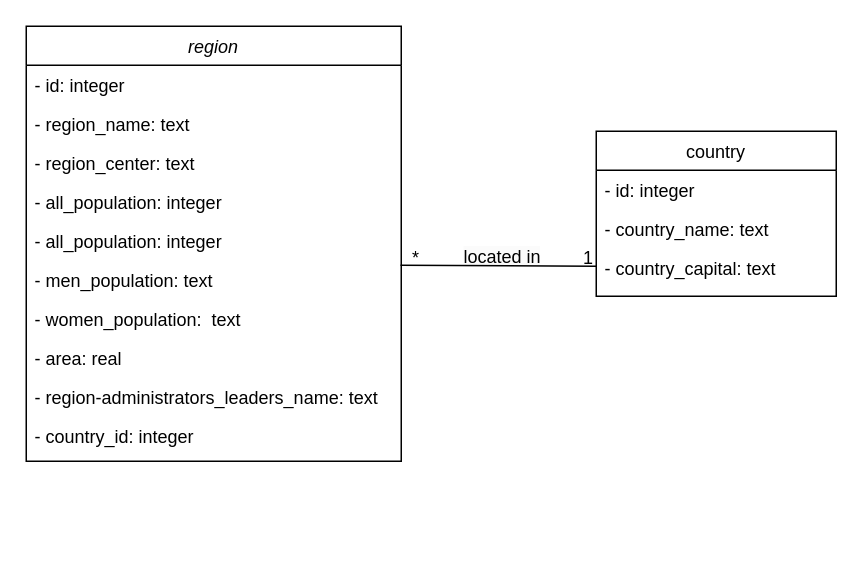
Before: diagram_class.drawio in da-dandelion/diagrams_lab4_task5, a draw.io diagram. Source tidied: cells renumbered, new cells numbered last; positions are measured from the earlier drawing's top-left corner, leaving out a move shared by most shapes. Both pictures are drawn from the tidied source at 150%, with x=0, y=0 at pixel (26, 26).
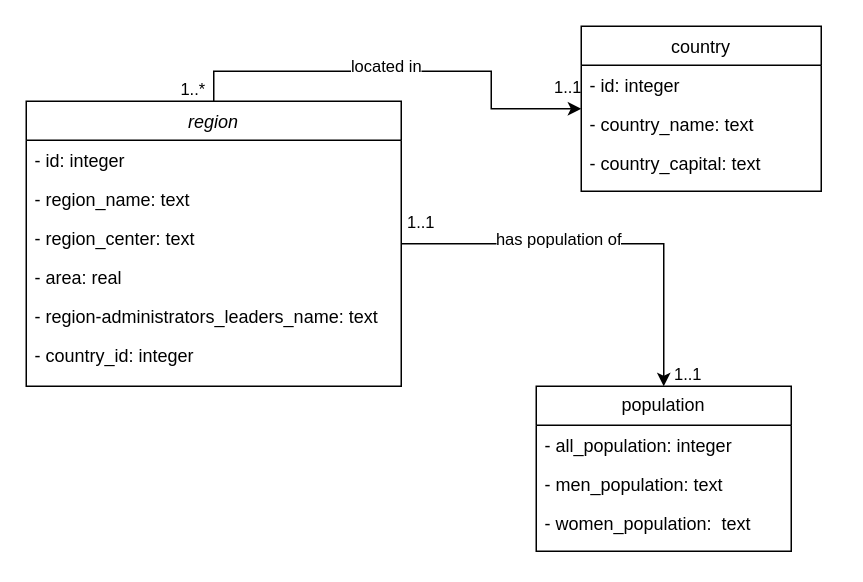
Above is the later version.

The edit, as a diff of the source:
```diff
@@
+    <mxCell id="21" style="edgeStyle=orthogonalEdgeStyle;rounded=0;jettySize=auto;html=1;exitX=0.5;exitY=0;exitDx=0;exitDy=0;" parent="1" edge="1" source="2" target="13">
+      <mxGeometry relative="1" as="geometry" />
+    </mxCell>
+    <mxCell id="17" value="located in" style="edgeLabel;html=1;align=center;verticalAlign=middle;" parent="21" vertex="1">
+      <mxGeometry x="0.21" y="-2" relative="1" as="geometry">
+        <mxPoint x="-41" y="-6" as="offset" />
+      </mxGeometry>
+    </mxCell>
+    <mxCell id="22" value="1..1" style="edgeLabel;html=1;align=center;verticalAlign=middle;" parent="21" vertex="1">
+      <mxGeometry x="0.92" relative="1" as="geometry">
+        <mxPoint x="2" y="-15" as="offset" />
+      </mxGeometry>
+    </mxCell>
+    <mxCell id="23" value="1..*" style="edgeLabel;html=1;align=center;verticalAlign=middle;" parent="21" vertex="1">
+      <mxGeometry x="-0.94" relative="1" as="geometry">
+        <mxPoint x="-15" as="offset" />
+      </mxGeometry>
+    </mxCell>
+    <mxCell id="24" style="edgeStyle=orthogonalEdgeStyle;rounded=0;jettySize=auto;html=1;" parent="1" edge="1" source="2" target="28">
+      <mxGeometry relative="1" as="geometry">
+        <Array as="points">
+          <mxPoint x="425" y="145" />
+        </Array>
+      </mxGeometry>
+    </mxCell>
+    <mxCell id="25" value="has population of" style="edgeLabel;html=1;align=center;verticalAlign=middle;" parent="24" vertex="1">
+      <mxGeometry x="-0.23" y="3" relative="1" as="geometry">
+        <mxPoint y="-1" as="offset" />
+      </mxGeometry>
+    </mxCell>
+    <mxCell id="26" value="1..1" style="edgeLabel;html=1;align=center;verticalAlign=middle;" parent="24" vertex="1">
+      <mxGeometry x="0.85" y="-1" relative="1" as="geometry">
+        <mxPoint x="16" y="11" as="offset" />
+      </mxGeometry>
+    </mxCell>
+    <mxCell id="27" value="1..1" style="edgeLabel;html=1;align=center;verticalAlign=middle;" parent="24" vertex="1">
+      <mxGeometry x="-0.91" y="-1" relative="1" as="geometry">
+        <mxPoint y="-16" as="offset" />
+      </mxGeometry>
+    </mxCell>
     <mxCell id="2" value="region" style="swimlane;fontStyle=2;align=center;verticalAlign=top;horizontal=1;startSize=26;rounded=0;shadow=0;strokeWidth=1;" parent="1" vertex="1">
-      <mxGeometry width="250" height="290" as="geometry" />
+      <mxGeometry y="50" width="250" height="190" as="geometry" />
     </mxCell>
@@
-    <mxCell id="6" value="- all_population: integer" style="text;align=left;verticalAlign=top;spacingLeft=4;spacingRight=4;overflow=hidden;" parent="2" vertex="1">
-      <mxGeometry y="104" width="250" height="26" as="geometry" />
-    </mxCell>
-    <mxCell id="7" value="- all_population: integer" style="text;align=left;verticalAlign=top;spacingLeft=4;spacingRight=4;overflow=hidden;" parent="2" vertex="1">
-      <mxGeometry y="130" width="250" height="26" as="geometry" />
-    </mxCell>
-    <mxCell id="8" value="- men_population: text" style="text;align=left;verticalAlign=top;spacingLeft=4;spacingRight=4;overflow=hidden;points=[[0,0.5],[1,0.5]];portConstraint=eastwest;" parent="2" vertex="1">
-      <mxGeometry y="156" width="250" height="26" as="geometry" />
-    </mxCell>
-    <mxCell id="9" value="- women_population:  text" style="text;align=left;verticalAlign=top;spacingLeft=4;spacingRight=4;overflow=hidden;" parent="2" vertex="1">
-      <mxGeometry y="182" width="250" height="26" as="geometry" />
-    </mxCell>
     <mxCell id="10" value="- area: real" style="text;align=left;verticalAlign=top;spacingLeft=4;spacingRight=4;overflow=hidden;" parent="2" vertex="1">
-      <mxGeometry y="208" width="250" height="26" as="geometry" />
+      <mxGeometry y="104" width="250" height="26" as="geometry" />
     </mxCell>
     <mxCell id="11" value="- region-administrators_leaders_name: text" style="text;align=left;verticalAlign=top;spacingLeft=4;spacingRight=4;overflow=hidden;" parent="2" vertex="1">
-      <mxGeometry y="234" width="250" height="26" as="geometry" />
+      <mxGeometry y="130" width="250" height="26" as="geometry" />
     </mxCell>
     <mxCell id="12" value="- country_id: integer" style="text;align=left;verticalAlign=top;spacingLeft=4;spacingRight=4;overflow=hidden;" parent="2" vertex="1">
-      <mxGeometry y="260" width="250" height="30" as="geometry" />
+      <mxGeometry y="156" width="250" height="30" as="geometry" />
     </mxCell>
     <mxCell id="13" value="country" style="swimlane;fontStyle=0;align=center;verticalAlign=top;horizontal=1;startSize=26;rounded=0;shadow=0;strokeWidth=1;" parent="1" vertex="1">
-      <mxGeometry x="380" y="70" width="160" height="110" as="geometry" />
+      <mxGeometry x="370" width="160" height="110" as="geometry" />
     </mxCell>
@@
-    <mxCell id="17" value="&lt;span style=&quot;color: rgb(0, 0, 0); font-family: Helvetica; font-size: 12px; font-style: normal; font-variant-ligatures: normal; font-variant-caps: normal; font-weight: 400; letter-spacing: normal; orphans: 2; text-align: center; text-indent: 0px; text-transform: none; widows: 2; word-spacing: 0px; -webkit-text-stroke-width: 0px; white-space: nowrap; background-color: rgb(251, 251, 251); text-decoration-thickness: initial; text-decoration-style: initial; text-decoration-color: initial; display: inline !important; float: none;&quot;&gt;located in&lt;/span&gt;" style="text;whiteSpace=wrap;html=1;" parent="1" vertex="1">
-      <mxGeometry x="290" y="140" width="80" height="40" as="geometry" />
-    </mxCell>
-    <mxCell id="18" style="endArrow=none;html=1;rounded=0;exitX=0.998;exitY=0.13;exitDx=0;exitDy=0;exitPerimeter=0;" parent="1" edge="1" source="8">
-      <mxGeometry relative="1" as="geometry">
-        <mxPoint x="380" y="160" as="targetPoint" />
-      </mxGeometry>
-    </mxCell>
-    <mxCell id="19" value="1" style="text;html=1;align=center;verticalAlign=middle;whiteSpace=wrap;rounded=0;" parent="1" vertex="1">
-      <mxGeometry x="350" y="140" width="50" height="30" as="geometry" />
-    </mxCell>
-    <mxCell id="20" value="*" style="text;html=1;align=center;verticalAlign=middle;whiteSpace=wrap;rounded=0;" parent="1" vertex="1">
-      <mxGeometry x="250" y="150" width="20" height="10" as="geometry" />
-    </mxCell>
+    <mxCell id="28" value="population" style="swimlane;fontStyle=0;horizontal=1;startSize=26;fillColor=none;whiteSpace=wrap;html=1;" parent="1" vertex="1">
+      <mxGeometry x="340" y="240" width="170" height="110" as="geometry" />
+    </mxCell>
+    <mxCell id="6" value="- all_population: integer" style="text;align=left;verticalAlign=top;spacingLeft=4;spacingRight=4;overflow=hidden;" parent="28" vertex="1">
+      <mxGeometry y="26" width="170" height="26" as="geometry" />
+    </mxCell>
+    <mxCell id="8" value="- men_population: text" style="text;align=left;verticalAlign=top;spacingLeft=4;spacingRight=4;overflow=hidden;points=[[0,0.5],[1,0.5]];portConstraint=eastwest;" parent="28" vertex="1">
+      <mxGeometry y="52" width="170" height="26" as="geometry" />
+    </mxCell>
+    <mxCell id="9" value="- women_population:  text" style="text;align=left;verticalAlign=top;spacingLeft=4;spacingRight=4;overflow=hidden;" parent="28" vertex="1">
+      <mxGeometry y="78" width="170" height="32" as="geometry" />
+    </mxCell>
```
